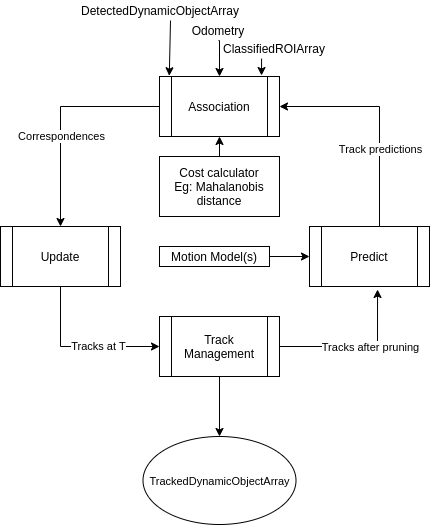
Above: docs/images/tracking_architecture.png in autocore-ai/AutowareAuto (draw.io), before the change. Source tidied: cells renumbered, new cells last; positions are measured from the earlier drawing's top-left corner, leaving out a move shared by most shapes.
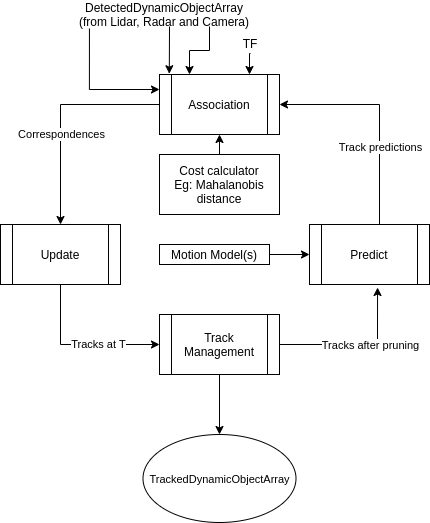
The same file after the commit.

Commit message:
[#1017] Add more details to tracking architecture doc

Change to the diagram source:
```diff
@@ -53,28 +53,21 @@
     <mxCell id="16" value="Motion Model(s)" style="rounded=0;whiteSpace=wrap;html=1;" parent="1" vertex="1">
       <mxGeometry x="159" y="246" width="110" height="20" as="geometry" />
     </mxCell>
-    <mxCell id="17" style="endArrow=classic;html=1;entryX=0.19;entryY=-0.046;entryDx=0;entryDy=0;entryPerimeter=0;exitX=0.75;exitY=1;exitDx=0;exitDy=0;" parent="1" edge="1" source="18">
+    <mxCell id="17" style="endArrow=classic;html=1;entryX=0.19;entryY=-0.046;entryDx=0;entryDy=0;entryPerimeter=0;" parent="1" edge="1">
       <mxGeometry relative="1" as="geometry">
+        <mxPoint x="169" y="28" as="sourcePoint" />
         <mxPoint x="168.8" y="75.2" as="targetPoint" />
       </mxGeometry>
     </mxCell>
+    <mxCell id="26" style="edgeStyle=orthogonalEdgeStyle;rounded=0;jettySize=auto;html=1;exitX=0.083;exitY=1.083;exitDx=0;exitDy=0;entryX=0;entryY=0.25;entryDx=0;entryDy=0;exitPerimeter=0;" parent="1" edge="1" source="18" target="4">
+      <mxGeometry relative="1" as="geometry" />
+    </mxCell>
+    <mxCell id="27" style="edgeStyle=orthogonalEdgeStyle;rounded=0;jettySize=auto;html=1;exitX=0.75;exitY=1;exitDx=0;exitDy=0;entryX=0.25;entryY=0;entryDx=0;entryDy=0;" parent="1" edge="1" source="18" target="4">
+      <mxGeometry relative="1" as="geometry" />
+    </mxCell>
-    <mxCell id="18" value="DetectedDynamicObjectArray" style="text;html=1;strokeColor=none;fillColor=none;align=center;verticalAlign=middle;whiteSpace=wrap;rounded=0;" parent="1" vertex="1">
-      <mxGeometry x="140" width="40" height="20" as="geometry" />
+    <mxCell id="18" value="DetectedDynamicObjectArray&lt;br&gt;(from Lidar, Radar and Camera)" style="text;html=1;strokeColor=none;fillColor=none;align=center;verticalAlign=middle;whiteSpace=wrap;rounded=0;" parent="1" vertex="1">
+      <mxGeometry x="74" y="4" width="180" height="24" as="geometry" />
     </mxCell>
-    <mxCell id="19" style="edgeStyle=orthogonalEdgeStyle;rounded=0;jettySize=auto;html=1;exitX=0.5;exitY=1;exitDx=0;exitDy=0;entryX=0.5;entryY=0;entryDx=0;entryDy=0;" parent="1" edge="1" source="20" target="4">
-      <mxGeometry relative="1" as="geometry" />
-    </mxCell>
-    <mxCell id="20" value="Odometry" style="text;html=1;strokeColor=none;fillColor=none;align=center;verticalAlign=middle;whiteSpace=wrap;rounded=0;" parent="1" vertex="1">
-      <mxGeometry x="198" y="20" width="40" height="20" as="geometry" />
-    </mxCell>
-    <mxCell id="21" style="endArrow=classic;html=1;exitX=0.177;exitY=1.007;exitDx=0;exitDy=0;exitPerimeter=0;" parent="1" edge="1" source="22">
-      <mxGeometry relative="1" as="geometry">
-        <mxPoint x="261" y="75" as="targetPoint" />
-      </mxGeometry>
-    </mxCell>
-    <mxCell id="22" value="ClassifiedROIArray" style="text;html=1;strokeColor=none;fillColor=none;align=center;verticalAlign=middle;whiteSpace=wrap;rounded=0;" parent="1" vertex="1">
-      <mxGeometry x="254" y="38" width="40" height="20" as="geometry" />
-    </mxCell>
     <mxCell id="23" style="edgeStyle=orthogonalEdgeStyle;rounded=0;jettySize=auto;html=1;exitX=0.5;exitY=1;exitDx=0;exitDy=0;entryX=0;entryY=0.5;entryDx=0;entryDy=0;" parent="1" edge="1" source="25" target="13">
       <mxGeometry relative="1" as="geometry" />
     </mxCell>
@@ -86,5 +79,11 @@
     <mxCell id="25" value="Update" style="shape=process;whiteSpace=wrap;html=1;backgroundOutline=1;" parent="1" vertex="1">
       <mxGeometry y="226" width="120" height="60" as="geometry" />
     </mxCell>
+    <mxCell id="28" style="edgeStyle=orthogonalEdgeStyle;rounded=0;jettySize=auto;html=1;exitX=0.5;exitY=1;exitDx=0;exitDy=0;entryX=0.75;entryY=0;entryDx=0;entryDy=0;" parent="1" edge="1" source="29" target="4">
+      <mxGeometry relative="1" as="geometry" />
+    </mxCell>
+    <mxCell id="29" value="TF" style="text;html=1;strokeColor=none;fillColor=none;align=center;verticalAlign=middle;whiteSpace=wrap;rounded=0;" parent="1" vertex="1">
+      <mxGeometry x="230" y="35" width="40" height="20" as="geometry" />
+    </mxCell>
   </root>
 </mxGraphModel>
```
